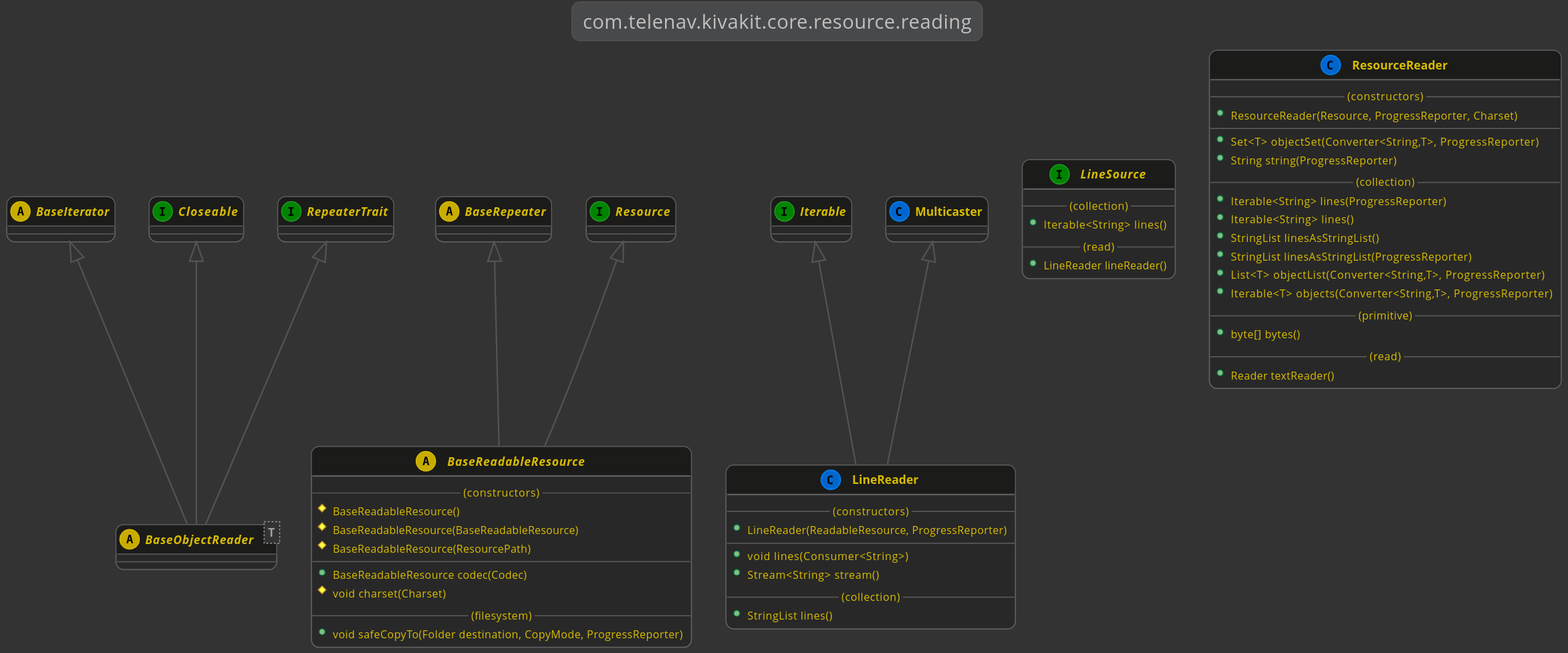
Telenav/kivakit keeps this PlantUML diagram as kivakit-core/resource/documentation/diagrams/com.telenav.kivakit.core.resource.reading.svg. Above is the earlier version.
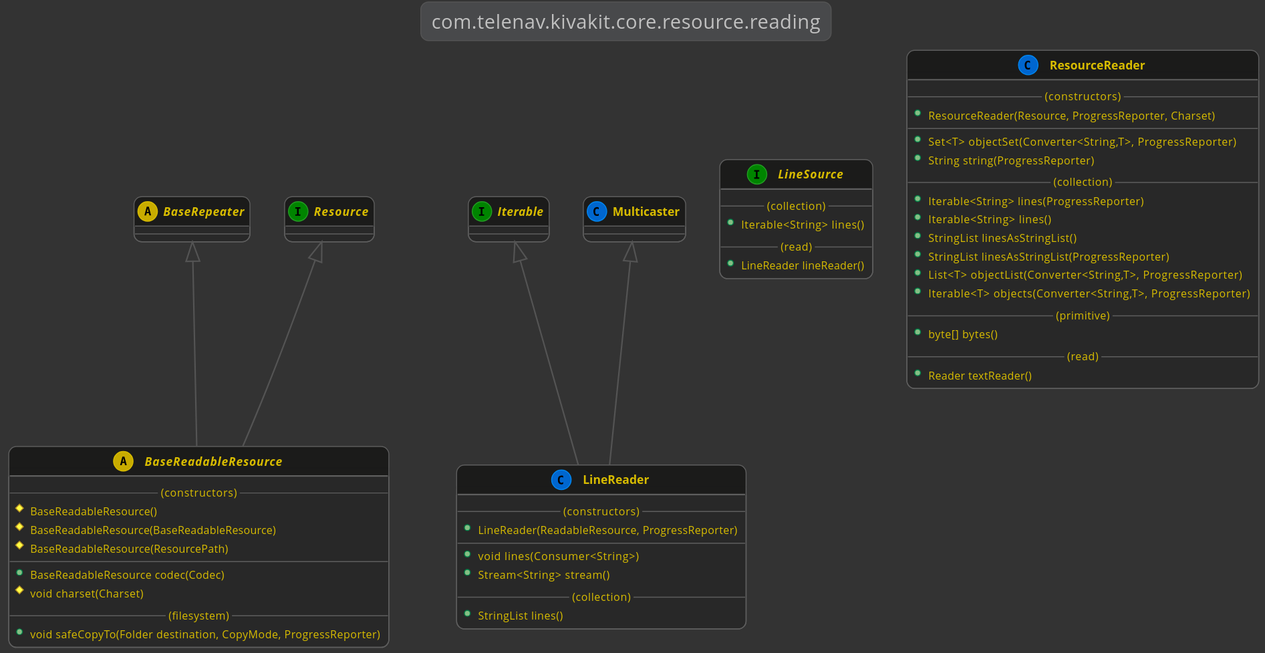
Above is the later version.

Change to the diagram source:
```diff
@@ -4,20 +4,10 @@
 
     title "com.telenav.kivakit.core.resource.reading"
 
-    abstract BaseIterator
     abstract BaseRepeater
 
     interface Iterable
-    interface Closeable
     interface Resource
-    interface RepeaterTrait
-
-    BaseIterator <|-- BaseObjectReader
-    RepeaterTrait <|-- BaseObjectReader
-    Closeable <|-- BaseObjectReader
-    abstract class BaseObjectReader<T>
-    {
-    }
 
     BaseRepeater <|-- BaseReadableResource
     Resource <|-- BaseReadableResource
```
